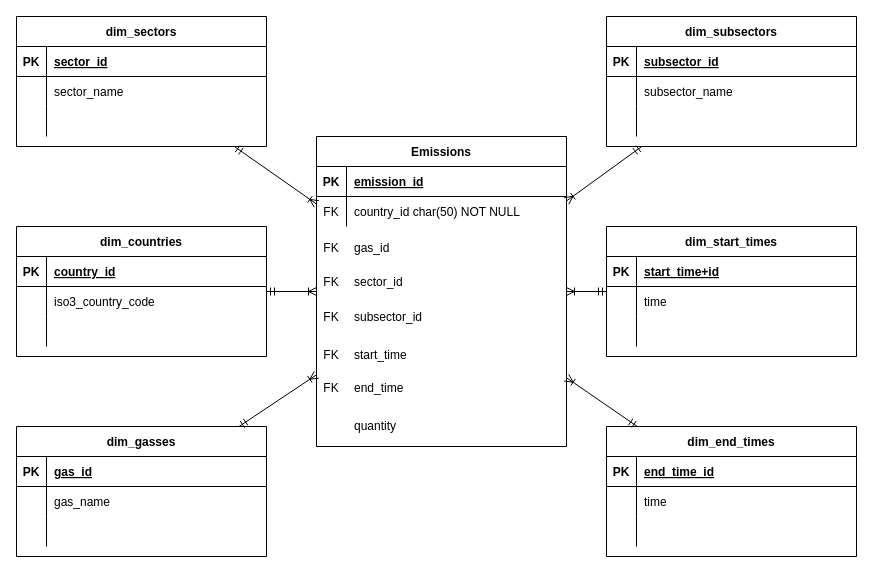
Before: Deliverable 2/Final Dimensional Model.drawio in kaiden-ong/GreenhouseGases, a draw.io diagram. Source tidied: cells renumbered, new cells numbered last; positions are measured from the earlier drawing's top-left corner, leaving out a move shared by most shapes. Both pictures are drawn from the tidied source at 100%, with x=0, y=0 at pixel (16, 16).
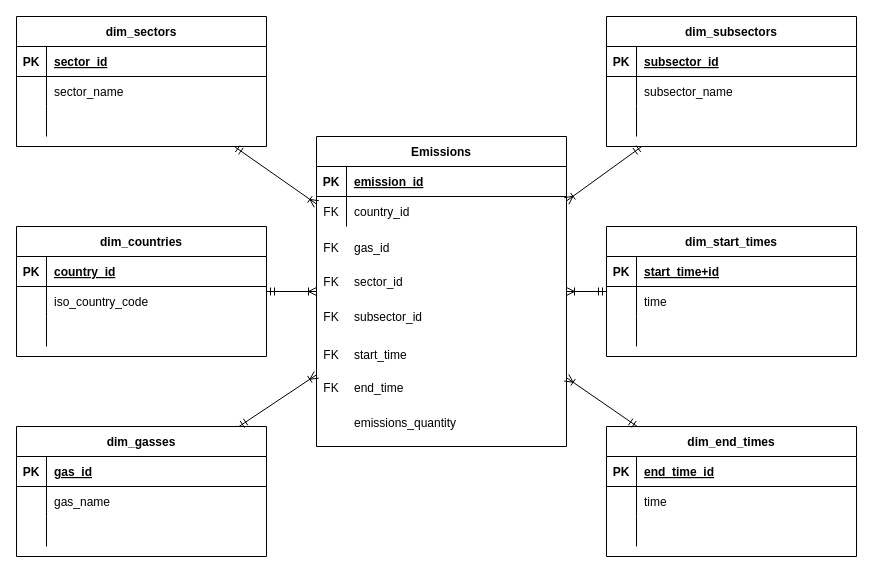
The same page after the edit.

Unchanged cells that the change refers to:
```xml
<mxCell id="6" style="shape=partialRectangle;fillColor=none;top=0;left=0;right=0;bottom=0;" parent="2" vertex="1">
  <mxGeometry y="60" width="250" height="30" as="geometry" />
</mxCell>
<mxCell id="32" style="group;" parent="1" vertex="1">
  <mxGeometry x="300" y="120" width="250" height="310" as="geometry" />
</mxCell>
<mxCell id="37" style="shape=partialRectangle;fillColor=none;top=0;left=0;right=0;bottom=0;" parent="33" vertex="1">
  <mxGeometry y="60" width="250" height="30" as="geometry" />
</mxCell>
```

The edit, as a diff of the source:
```diff
@@
-    <mxCell id="8" value="iso3_country_code" style="shape=partialRectangle;overflow=hidden;fillColor=none;top=0;left=0;bottom=0;right=0;align=left;spacingLeft=6;" parent="6" vertex="1">
+    <mxCell id="8" value="iso_country_code" style="shape=partialRectangle;overflow=hidden;fillColor=none;top=0;left=0;bottom=0;right=0;align=left;spacingLeft=6;" parent="6" vertex="1">
       <mxGeometry x="30" width="220" height="30" as="geometry" />
     </mxCell>
@@
-    <mxCell id="39" value="country_id char(50) NOT NULL" style="shape=partialRectangle;overflow=hidden;fillColor=none;top=0;left=0;bottom=0;right=0;align=left;spacingLeft=6;" parent="37" vertex="1">
+    <mxCell id="39" value="country_id" style="shape=partialRectangle;overflow=hidden;fillColor=none;top=0;left=0;bottom=0;right=0;align=left;spacingLeft=6;" parent="37" vertex="1">
       <mxGeometry x="30" width="220" height="30" as="geometry" />
     </mxCell>
@@
-    <mxCell id="49" value="quantity" style="shape=partialRectangle;overflow=hidden;fillColor=none;top=0;left=0;bottom=0;right=0;align=left;spacingLeft=6;" parent="32" vertex="1">
-      <mxGeometry x="30" y="258" width="220" height="62" as="geometry" />
+    <mxCell id="49" value="emissions_quantity" style="shape=partialRectangle;overflow=hidden;fillColor=none;top=0;left=0;bottom=0;right=0;align=left;spacingLeft=6;" parent="32" vertex="1">
+      <mxGeometry x="30" y="255" width="220" height="62" as="geometry" />
     </mxCell>
```
